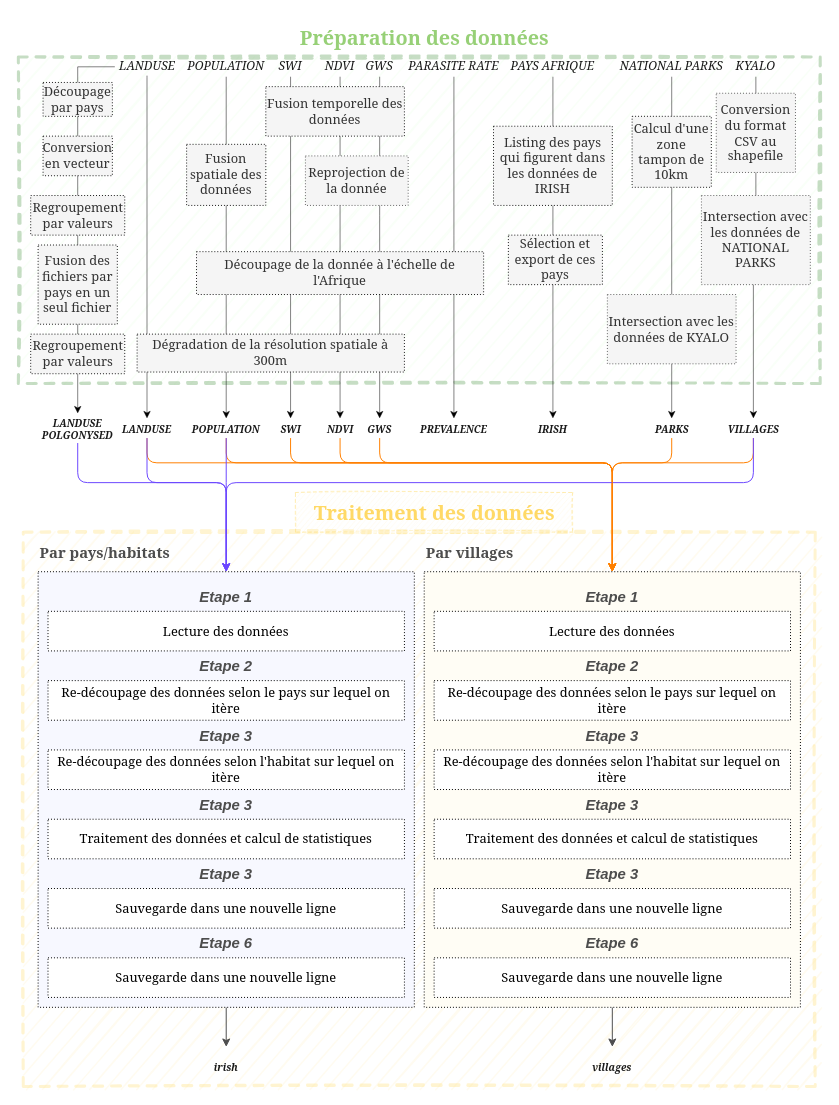
This is page "Global I/O" (1 of 2) of docs/INPMT_simple.drawio from pierre-manchon/INPMT, a draw.io file, before an edit. Source tidied: cells renumbered, new cells numbered last; positions are measured from the earlier drawing's top-left corner, leaving out a move shared by most shapes. Both pictures are drawn from the tidied source at 99%, with x=0, y=0 at pixel (18, 17).
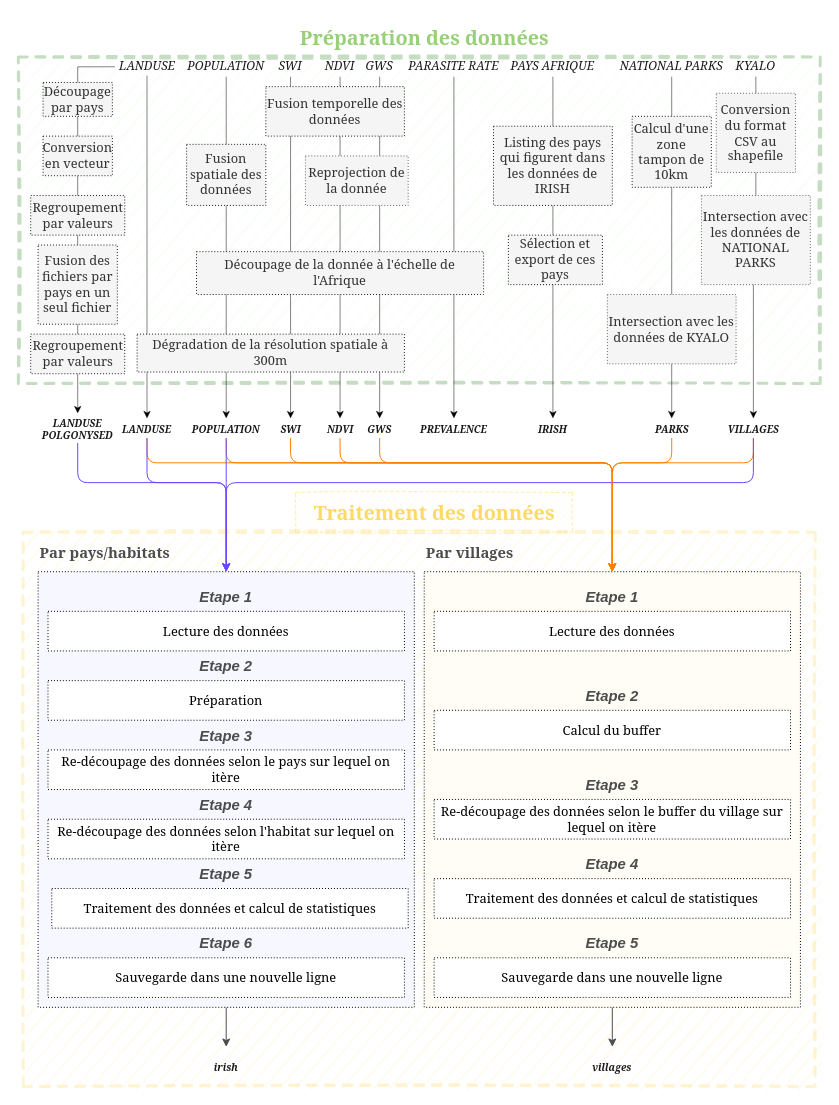
The same page after the edit.

Change to the diagram source:
```diff
@@
     <mxCell id="72" value="Re-découpage des données selon le pays sur lequel on itère" style="rounded=0;whiteSpace=wrap;html=1;shadow=0;labelBackgroundColor=none;sketch=0;fontFamily=Georgia;fontSize=13;strokeWidth=1;dashed=1;dashPattern=1 2;glass=0;" parent="1" vertex="1">
-      <mxGeometry x="30" y="670" width="360" height="40" as="geometry" />
+      <mxGeometry x="30" y="740" width="360" height="40" as="geometry" />
     </mxCell>
@@
     <mxCell id="74" value="Re-découpage des données selon l'habitat sur lequel on itère" style="rounded=0;whiteSpace=wrap;html=1;shadow=0;labelBackgroundColor=none;sketch=0;fontFamily=Georgia;fontSize=13;strokeWidth=1;dashed=1;dashPattern=1 2;glass=0;" parent="1" vertex="1">
-      <mxGeometry x="30" y="740" width="360" height="40" as="geometry" />
+      <mxGeometry x="30" y="810" width="360" height="40" as="geometry" />
     </mxCell>
@@
     <mxCell id="76" value="Traitement des données et calcul de statistiques" style="rounded=0;whiteSpace=wrap;html=1;shadow=0;labelBackgroundColor=none;sketch=0;fontFamily=Georgia;fontSize=13;strokeWidth=1;dashed=1;dashPattern=1 2;glass=0;" parent="1" vertex="1">
-      <mxGeometry x="30" y="810" width="360" height="40" as="geometry" />
+      <mxGeometry x="33.8" y="880" width="360" height="40" as="geometry" />
     </mxCell>
-    <mxCell id="77" value="Etape 3" style="text;html=1;strokeColor=none;fillColor=none;align=center;verticalAlign=middle;whiteSpace=wrap;rounded=0;fontColor=#4D4D4D;fontSize=15;fontStyle=3;" parent="1" vertex="1">
+    <mxCell id="77" value="Etape 4" style="text;html=1;strokeColor=none;fillColor=none;align=center;verticalAlign=middle;whiteSpace=wrap;rounded=0;fontColor=#4D4D4D;fontSize=15;fontStyle=3;" parent="1" vertex="1">
       <mxGeometry x="30" y="780" width="360" height="30" as="geometry" />
     </mxCell>
-    <mxCell id="78" value="Sauvegarde dans une nouvelle ligne" style="rounded=0;whiteSpace=wrap;html=1;shadow=0;labelBackgroundColor=none;sketch=0;fontFamily=Georgia;fontSize=13;strokeWidth=1;dashed=1;dashPattern=1 2;glass=0;" parent="1" vertex="1">
-      <mxGeometry x="30" y="880" width="360" height="40" as="geometry" />
-    </mxCell>
-    <mxCell id="79" value="Etape 3" style="text;html=1;strokeColor=none;fillColor=none;align=center;verticalAlign=middle;whiteSpace=wrap;rounded=0;fontColor=#4D4D4D;fontSize=15;fontStyle=3;" parent="1" vertex="1">
+    <mxCell id="79" value="Etape 5" style="text;html=1;strokeColor=none;fillColor=none;align=center;verticalAlign=middle;whiteSpace=wrap;rounded=0;fontColor=#4D4D4D;fontSize=15;fontStyle=3;" parent="1" vertex="1">
       <mxGeometry x="30" y="850" width="360" height="30" as="geometry" />
     </mxCell>
@@
-    <mxCell id="84" value="Re-découpage des données selon le pays sur lequel on itère" style="rounded=0;whiteSpace=wrap;html=1;shadow=0;labelBackgroundColor=none;sketch=0;fontFamily=Georgia;fontSize=13;strokeWidth=1;dashed=1;dashPattern=1 2;glass=0;" parent="1" vertex="1">
-      <mxGeometry x="420" y="670" width="360" height="40" as="geometry" />
+    <mxCell id="84" value="Calcul du buffer" style="rounded=0;whiteSpace=wrap;html=1;shadow=0;labelBackgroundColor=none;sketch=0;fontFamily=Georgia;fontSize=13;strokeWidth=1;dashed=1;dashPattern=1 2;glass=0;" parent="1" vertex="1">
+      <mxGeometry x="420" y="700" width="360" height="40" as="geometry" />
     </mxCell>
     <mxCell id="85" value="Etape 2" style="text;html=1;strokeColor=none;fillColor=none;align=center;verticalAlign=middle;whiteSpace=wrap;rounded=0;fontColor=#4D4D4D;fontSize=15;fontStyle=3;" parent="1" vertex="1">
-      <mxGeometry x="420" y="640" width="360" height="30" as="geometry" />
+      <mxGeometry x="420" y="670" width="360" height="30" as="geometry" />
     </mxCell>
-    <mxCell id="86" value="Re-découpage des données selon l'habitat sur lequel on itère" style="rounded=0;whiteSpace=wrap;html=1;shadow=0;labelBackgroundColor=none;sketch=0;fontFamily=Georgia;fontSize=13;strokeWidth=1;dashed=1;dashPattern=1 2;glass=0;" parent="1" vertex="1">
-      <mxGeometry x="420" y="740" width="360" height="40" as="geometry" />
+    <mxCell id="86" value="Re-découpage des données selon le buffer du village sur lequel on itère" style="rounded=0;whiteSpace=wrap;html=1;shadow=0;labelBackgroundColor=none;sketch=0;fontFamily=Georgia;fontSize=13;strokeWidth=1;dashed=1;dashPattern=1 2;glass=0;" parent="1" vertex="1">
+      <mxGeometry x="420" y="790" width="360" height="40" as="geometry" />
     </mxCell>
     <mxCell id="87" value="Etape 3" style="text;html=1;strokeColor=none;fillColor=none;align=center;verticalAlign=middle;whiteSpace=wrap;rounded=0;fontColor=#4D4D4D;fontSize=15;fontStyle=3;" parent="1" vertex="1">
-      <mxGeometry x="420" y="710" width="360" height="30" as="geometry" />
+      <mxGeometry x="420" y="760" width="360" height="30" as="geometry" />
     </mxCell>
     <mxCell id="88" value="Traitement des données et calcul de statistiques" style="rounded=0;whiteSpace=wrap;html=1;shadow=0;labelBackgroundColor=none;sketch=0;fontFamily=Georgia;fontSize=13;strokeWidth=1;dashed=1;dashPattern=1 2;glass=0;" parent="1" vertex="1">
-      <mxGeometry x="420" y="810" width="360" height="40" as="geometry" />
+      <mxGeometry x="420" y="870" width="360" height="40" as="geometry" />
     </mxCell>
-    <mxCell id="89" value="Etape 3" style="text;html=1;strokeColor=none;fillColor=none;align=center;verticalAlign=middle;whiteSpace=wrap;rounded=0;fontColor=#4D4D4D;fontSize=15;fontStyle=3;" parent="1" vertex="1">
-      <mxGeometry x="420" y="780" width="360" height="30" as="geometry" />
+    <mxCell id="89" value="Etape 4" style="text;html=1;strokeColor=none;fillColor=none;align=center;verticalAlign=middle;whiteSpace=wrap;rounded=0;fontColor=#4D4D4D;fontSize=15;fontStyle=3;" parent="1" vertex="1">
+      <mxGeometry x="420" y="840" width="360" height="30" as="geometry" />
     </mxCell>
     <mxCell id="90" value="Sauvegarde dans une nouvelle ligne" style="rounded=0;whiteSpace=wrap;html=1;shadow=0;labelBackgroundColor=none;sketch=0;fontFamily=Georgia;fontSize=13;strokeWidth=1;dashed=1;dashPattern=1 2;glass=0;" parent="1" vertex="1">
-      <mxGeometry x="420" y="880" width="360" height="40" as="geometry" />
+      <mxGeometry x="420" y="950" width="360" height="40" as="geometry" />
     </mxCell>
-    <mxCell id="91" value="Etape 3" style="text;html=1;strokeColor=none;fillColor=none;align=center;verticalAlign=middle;whiteSpace=wrap;rounded=0;fontColor=#4D4D4D;fontSize=15;fontStyle=3;" parent="1" vertex="1">
-      <mxGeometry x="420" y="850" width="360" height="30" as="geometry" />
+    <mxCell id="91" value="Etape 5" style="text;html=1;strokeColor=none;fillColor=none;align=center;verticalAlign=middle;whiteSpace=wrap;rounded=0;fontColor=#4D4D4D;fontSize=15;fontStyle=3;" parent="1" vertex="1">
+      <mxGeometry x="420" y="920" width="360" height="30" as="geometry" />
     </mxCell>
-    <mxCell id="92" value="Sauvegarde dans une nouvelle ligne" style="rounded=0;whiteSpace=wrap;html=1;shadow=0;labelBackgroundColor=none;sketch=0;fontFamily=Georgia;fontSize=13;strokeWidth=1;dashed=1;dashPattern=1 2;glass=0;" parent="1" vertex="1">
-      <mxGeometry x="420" y="950" width="360" height="40" as="geometry" />
-    </mxCell>
-    <mxCell id="93" value="Etape 6" style="text;html=1;strokeColor=none;fillColor=none;align=center;verticalAlign=middle;whiteSpace=wrap;rounded=0;fontColor=#4D4D4D;fontSize=15;fontStyle=3;" parent="1" vertex="1">
-      <mxGeometry x="420" y="920" width="360" height="30" as="geometry" />
-    </mxCell>
+    <mxCell id="94" value="Préparation" style="rounded=0;whiteSpace=wrap;html=1;shadow=0;labelBackgroundColor=none;sketch=0;fontFamily=Georgia;fontSize=13;strokeWidth=1;dashed=1;dashPattern=1 2;glass=0;" parent="1" vertex="1">
+      <mxGeometry x="30" y="670" width="360" height="40" as="geometry" />
+    </mxCell>
```
